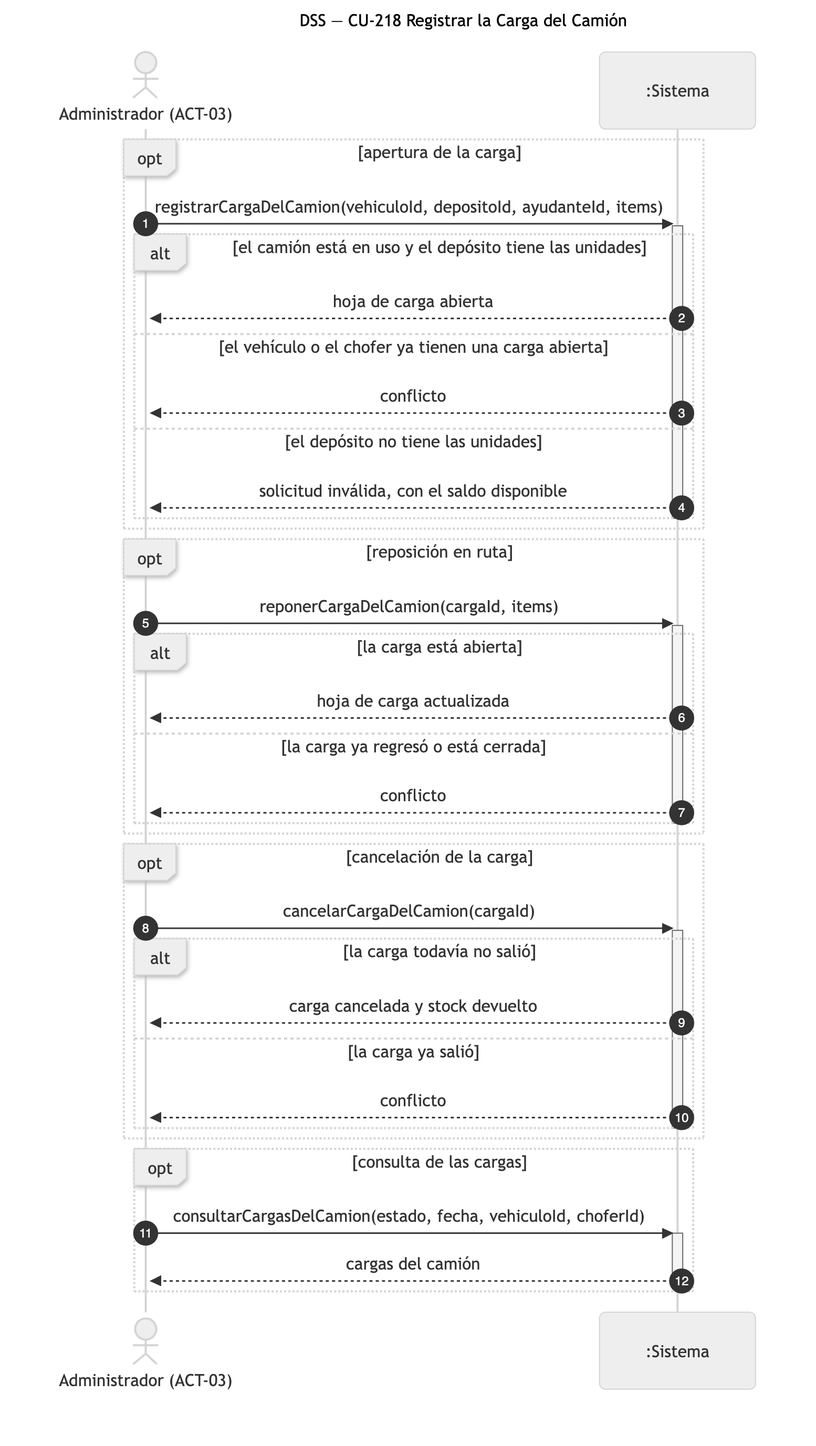
This is diagramas/png/DSS_CU-218_Registrar-la-Carga-del-Camion.png from Nahuelito-Dev/splg-docs, a Mermaid export, as it was before one commit. Its source is kept beside it as diagramas/DSS_CU-218_Registrar-la-Carga-del-Camion.mmd. The source it was exported from:
```mermaid
sequenceDiagram
    title DSS — CU-218 Registrar la Carga del Camión
    autonumber
    actor ADM as Administrador (ACT-03)
    participant SIS as :Sistema

    opt apertura de la carga
        ADM->>SIS: registrarCargaDelCamion(vehiculoId, depositoId, ayudanteId, items)
        activate SIS
        alt el camión está en uso y el depósito tiene las unidades
            SIS-->>ADM: hoja de carga abierta
        else el vehículo o el chofer ya tienen una carga abierta
            SIS-->>ADM: conflicto
        else el depósito no tiene las unidades
            SIS-->>ADM: solicitud inválida, con el saldo disponible
        end
        deactivate SIS
    end

    opt reposición en ruta
        ADM->>SIS: reponerCargaDelCamion(cargaId, items)
        activate SIS
        alt la carga está abierta
            SIS-->>ADM: hoja de carga actualizada
        else la carga ya regresó o está cerrada
            SIS-->>ADM: conflicto
        end
        deactivate SIS
    end

    opt cancelación de la carga
        ADM->>SIS: cancelarCargaDelCamion(cargaId)
        activate SIS
        alt la carga todavía no salió
            SIS-->>ADM: carga cancelada y stock devuelto
        else la carga ya salió
            SIS-->>ADM: conflicto
        end
        deactivate SIS
    end

    opt consulta de las cargas
        ADM->>SIS: consultarCargasDelCamion(estado, fecha, vehiculoId, choferId)
        activate SIS
        SIS-->>ADM: cargas del camión
        deactivate SIS
    end
```
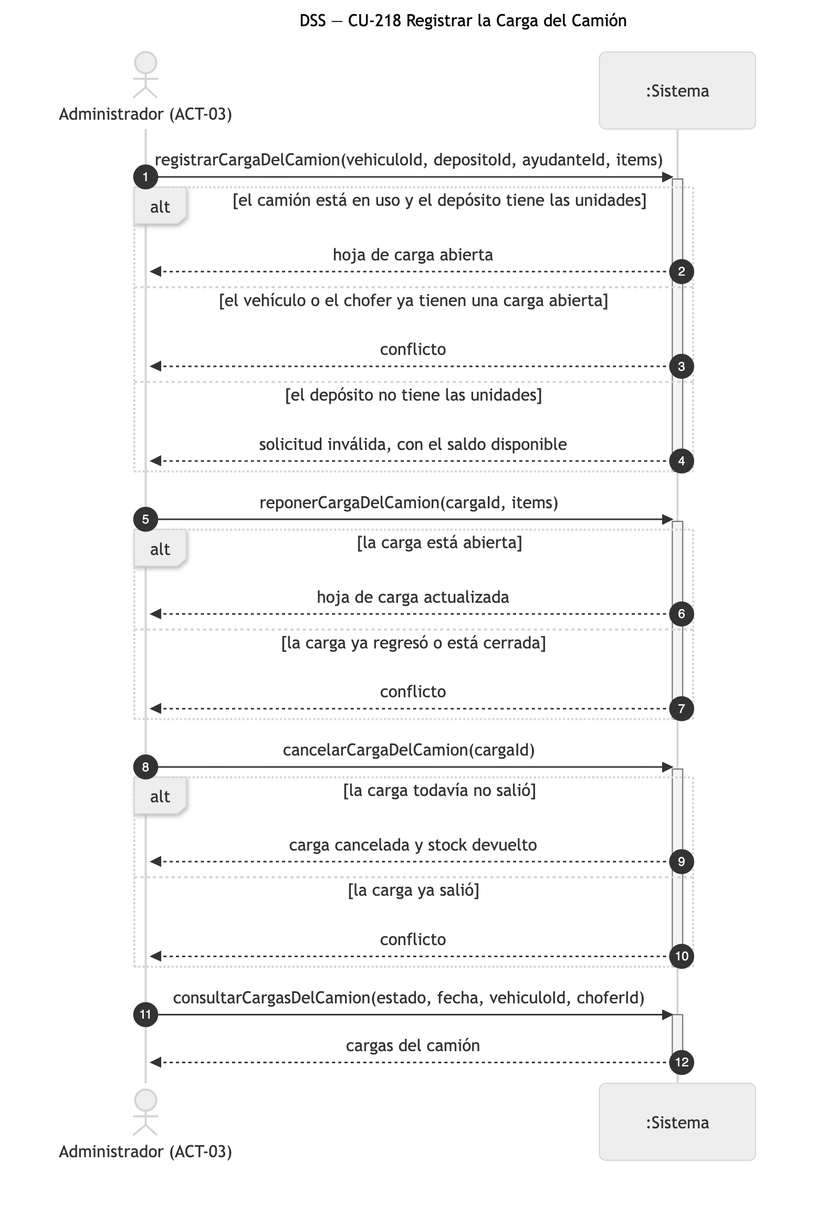
After the change.

Change to the diagram source:
```diff
@@ -4,44 +4,36 @@
     actor ADM as Administrador (ACT-03)
     participant SIS as :Sistema
 
-    opt apertura de la carga
-        ADM->>SIS: registrarCargaDelCamion(vehiculoId, depositoId, ayudanteId, items)
-        activate SIS
-        alt el camión está en uso y el depósito tiene las unidades
-            SIS-->>ADM: hoja de carga abierta
-        else el vehículo o el chofer ya tienen una carga abierta
-            SIS-->>ADM: conflicto
-        else el depósito no tiene las unidades
-            SIS-->>ADM: solicitud inválida, con el saldo disponible
-        end
-        deactivate SIS
+    ADM->>SIS: registrarCargaDelCamion(vehiculoId, depositoId, ayudanteId, items)
+    activate SIS
+    alt el camión está en uso y el depósito tiene las unidades
+        SIS-->>ADM: hoja de carga abierta
+    else el vehículo o el chofer ya tienen una carga abierta
+        SIS-->>ADM: conflicto
+    else el depósito no tiene las unidades
+        SIS-->>ADM: solicitud inválida, con el saldo disponible
     end
+    deactivate SIS
 
-    opt reposición en ruta
-        ADM->>SIS: reponerCargaDelCamion(cargaId, items)
-        activate SIS
-        alt la carga está abierta
-            SIS-->>ADM: hoja de carga actualizada
-        else la carga ya regresó o está cerrada
-            SIS-->>ADM: conflicto
-        end
-        deactivate SIS
+    ADM->>SIS: reponerCargaDelCamion(cargaId, items)
+    activate SIS
+    alt la carga está abierta
+        SIS-->>ADM: hoja de carga actualizada
+    else la carga ya regresó o está cerrada
+        SIS-->>ADM: conflicto
     end
+    deactivate SIS
 
-    opt cancelación de la carga
-        ADM->>SIS: cancelarCargaDelCamion(cargaId)
-        activate SIS
-        alt la carga todavía no salió
-            SIS-->>ADM: carga cancelada y stock devuelto
-        else la carga ya salió
-            SIS-->>ADM: conflicto
-        end
-        deactivate SIS
+    ADM->>SIS: cancelarCargaDelCamion(cargaId)
+    activate SIS
+    alt la carga todavía no salió
+        SIS-->>ADM: carga cancelada y stock devuelto
+    else la carga ya salió
+        SIS-->>ADM: conflicto
     end
+    deactivate SIS
 
-    opt consulta de las cargas
-        ADM->>SIS: consultarCargasDelCamion(estado, fecha, vehiculoId, choferId)
-        activate SIS
-        SIS-->>ADM: cargas del camión
-        deactivate SIS
-    end
+    ADM->>SIS: consultarCargasDelCamion(estado, fecha, vehiculoId, choferId)
+    activate SIS
+    SIS-->>ADM: cargas del camión
+    deactivate SIS
```
